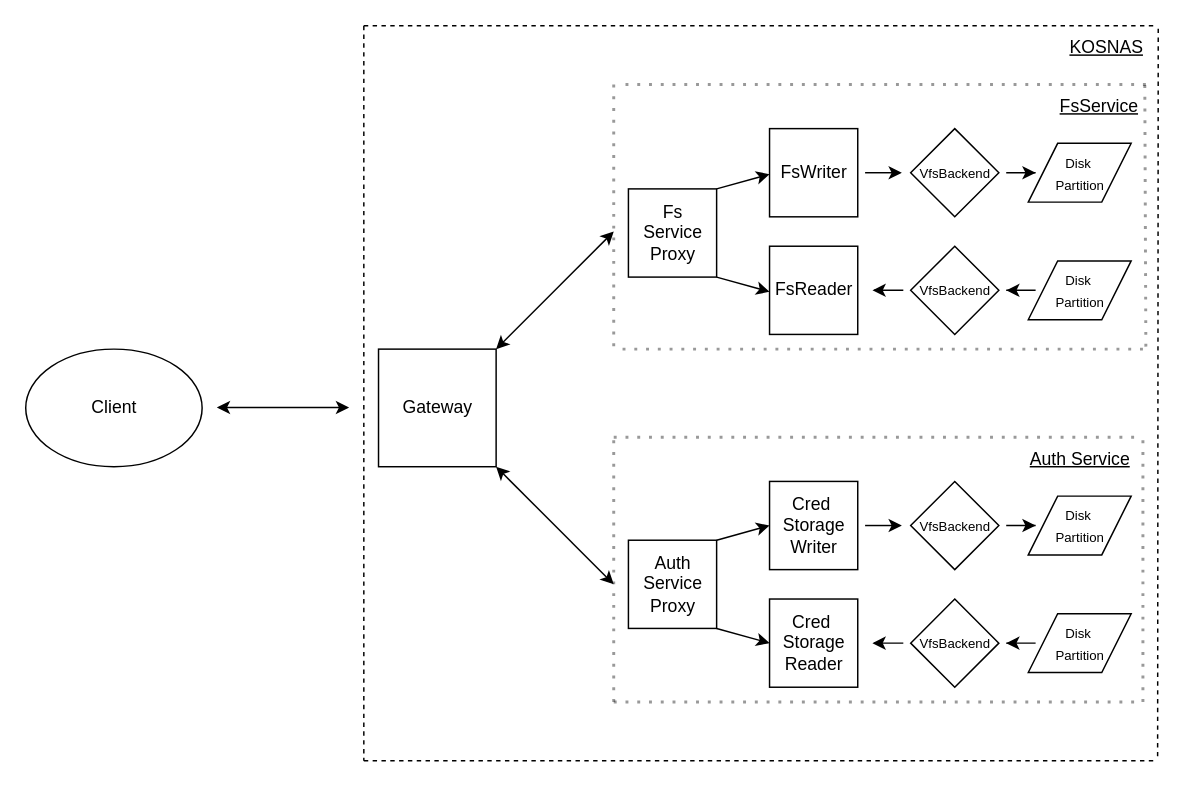
This is assets/NAS Arch.drawio from Iroh-5/kosnas, a draw.io file, before an edit. Source tidied: cells renumbered, new cells numbered last; positions are measured from the earlier drawing's top-left corner, leaving out a move shared by most shapes. Both pictures are drawn from the tidied source at 147%, with x=0, y=0 at pixel (25, 25).
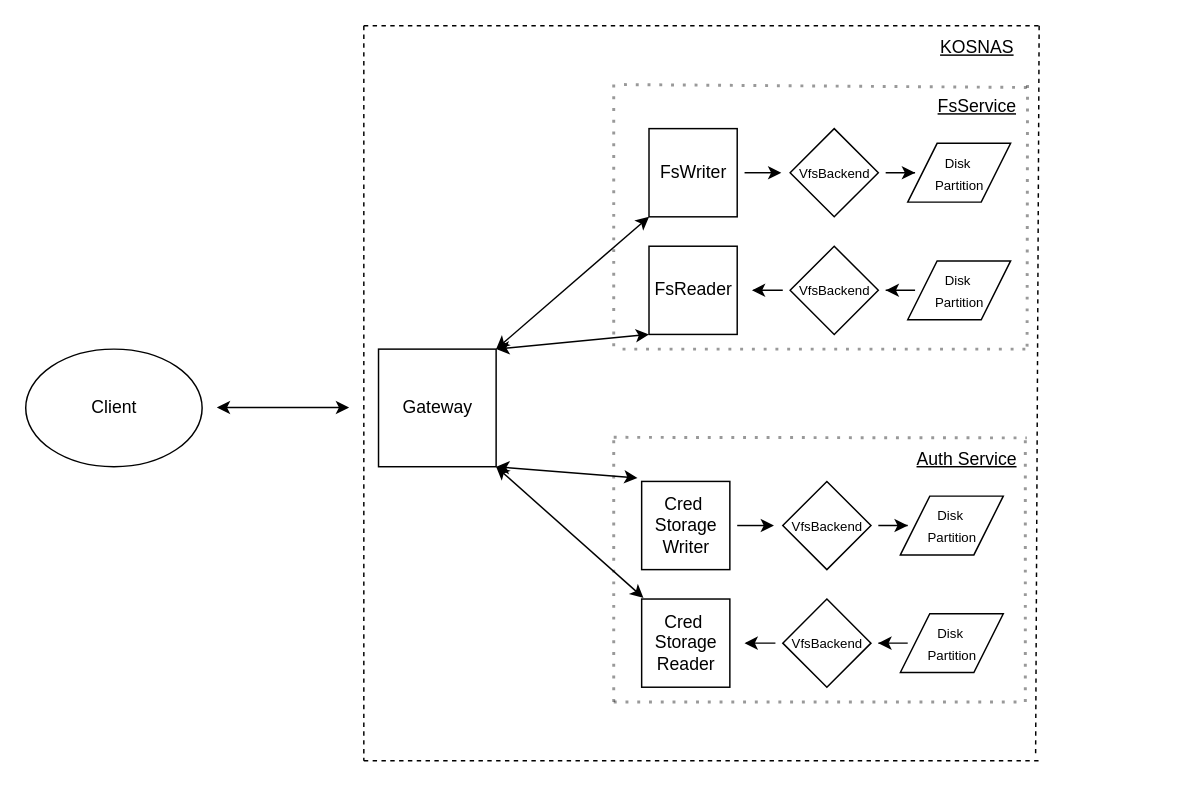
Above is the later version.

Commit message:
Update architechture diagram v1.0.1 -> v1.0.2

Remove proxy entities for services

Unchanged cells that the change refers to:
```xml
<mxCell id="2" style="whiteSpace=wrap;html=1;" parent="1" vertex="1">
  <mxGeometry x="240" y="220" width="80" height="80" as="geometry" />
</mxCell>
```

What changed in the source:
```diff
@@
     <mxCell id="8" style="whiteSpace=wrap;html=1;" parent="1" vertex="1">
-      <mxGeometry x="506" y="70" width="60" height="60" as="geometry" />
+      <mxGeometry x="424" y="70" width="60" height="60" as="geometry" />
     </mxCell>
     <mxCell id="9" style="whiteSpace=wrap;html=1;" parent="1" vertex="1">
-      <mxGeometry x="506" y="150" width="60" height="60" as="geometry" />
+      <mxGeometry x="424" y="150" width="60" height="60" as="geometry" />
     </mxCell>
     <mxCell id="10" style="rhombus;whiteSpace=wrap;html=1;" parent="1" vertex="1">
-      <mxGeometry x="602" y="70" width="60" height="60" as="geometry" />
+      <mxGeometry x="520" y="70" width="60" height="60" as="geometry" />
     </mxCell>
     <mxCell id="11" style="rhombus;whiteSpace=wrap;html=1;" parent="1" vertex="1">
-      <mxGeometry x="602" y="150" width="60" height="60" as="geometry" />
+      <mxGeometry x="520" y="150" width="60" height="60" as="geometry" />
     </mxCell>
     <mxCell id="12" style="shape=parallelogram;perimeter=parallelogramPerimeter;whiteSpace=wrap;html=1;fixedSize=1;" parent="1" vertex="1">
-      <mxGeometry x="682" y="80" width="70" height="40" as="geometry" />
+      <mxGeometry x="600" y="80" width="70" height="40" as="geometry" />
     </mxCell>
     <mxCell id="13" style="shape=parallelogram;perimeter=parallelogramPerimeter;whiteSpace=wrap;html=1;fixedSize=1;" parent="1" vertex="1">
-      <mxGeometry x="682" y="160" width="70" height="40" as="geometry" />
+      <mxGeometry x="600" y="160" width="70" height="40" as="geometry" />
     </mxCell>
     <mxCell id="14" style="edgeStyle=orthogonalEdgeStyle;rounded=0;orthogonalLoop=1;jettySize=auto;html=1;" parent="1" edge="1">
       <mxGeometry relative="1" as="geometry">
-        <mxPoint x="571" y="100" as="sourcePoint" />
-        <mxPoint x="596" y="100" as="targetPoint" />
+        <mxPoint x="489" y="100" as="sourcePoint" />
+        <mxPoint x="514" y="100" as="targetPoint" />
       </mxGeometry>
     </mxCell>
     <mxCell id="15" value="FsReader" style="text;html=1;align=center;verticalAlign=middle;strokeColor=none;fillColor=none;" parent="1" vertex="1">
-      <mxGeometry x="496" y="165" width="80" height="30" as="geometry" />
+      <mxGeometry x="414" y="165" width="80" height="30" as="geometry" />
     </mxCell>
@@
-    <mxCell id="17" style="endArrow=none;dashed=1;html=1;dashPattern=1 3;strokeWidth=2;rounded=0;opacity=40;exitX=0.891;exitY=0.01;exitDx=0;exitDy=0;exitPerimeter=0;" parent="1" edge="1" source="20">
+    <mxCell id="17" style="endArrow=none;dashed=1;html=1;dashPattern=1 3;strokeWidth=2;rounded=0;opacity=40;exitX=0.891;exitY=0.01;exitDx=0;exitDy=0;exitPerimeter=0;" parent="1" edge="1">
       <mxGeometry relative="1" as="geometry">
-        <mxPoint x="762" y="220" as="targetPoint" />
+        <mxPoint x="681.5" y="40.3" as="sourcePoint" />
+        <mxPoint x="681.2" y="220" as="targetPoint" />
       </mxGeometry>
     </mxCell>
     <mxCell id="18" style="endArrow=none;dashed=1;html=1;dashPattern=1 3;strokeWidth=2;rounded=0;opacity=40;" parent="1" edge="1">
       <mxGeometry relative="1" as="geometry">
-        <mxPoint x="760" y="220" as="sourcePoint" />
+        <mxPoint x="680" y="220" as="sourcePoint" />
         <mxPoint x="400" y="220" as="targetPoint" />
       </mxGeometry>
     </mxCell>
-    <mxCell id="19" style="endArrow=none;dashed=1;html=1;dashPattern=1 3;strokeWidth=2;rounded=0;opacity=40;" parent="1" edge="1">
+    <mxCell id="19" style="endArrow=none;dashed=1;html=1;dashPattern=1 3;strokeWidth=2;rounded=0;opacity=40;exitX=0.925;exitY=0.067;exitDx=0;exitDy=0;exitPerimeter=0;" parent="1" edge="1" source="20">
       <mxGeometry relative="1" as="geometry">
-        <mxPoint x="762" y="40" as="sourcePoint" />
         <mxPoint x="402" y="40" as="targetPoint" />
       </mxGeometry>
     </mxCell>
     <mxCell id="20" value="FsService" style="text;html=1;align=center;verticalAlign=middle;points=[];strokeColor=none;fillColor=none;fontStyle=4;" parent="1" vertex="1">
-      <mxGeometry x="690" y="40" width="80" height="30" as="geometry" />
+      <mxGeometry x="607" y="40" width="80" height="30" as="geometry" />
     </mxCell>
@@
     <mxCell id="22" value="&lt;font style=&quot;font-size: 9px;&quot;&gt;VfsBackend&lt;/font&gt;" style="text;html=1;align=center;verticalAlign=middle;points=[];strokeColor=none;fillColor=none;" parent="1" vertex="1">
-      <mxGeometry x="597" y="85" width="70" height="30" as="geometry" />
+      <mxGeometry x="515" y="85" width="70" height="30" as="geometry" />
     </mxCell>
     <mxCell id="23" style="edgeStyle=orthogonalEdgeStyle;rounded=0;jettySize=auto;html=1;" parent="1" edge="1" source="24">
       <mxGeometry relative="1" as="geometry">
-        <mxPoint x="576" y="180" as="targetPoint" />
+        <mxPoint x="494" y="180" as="targetPoint" />
       </mxGeometry>
     </mxCell>
     <mxCell id="24" value="&lt;font style=&quot;font-size: 9px;&quot;&gt;VfsBackend&lt;/font&gt;" style="text;html=1;align=center;verticalAlign=middle;points=[];strokeColor=none;fillColor=none;" parent="1" vertex="1">
-      <mxGeometry x="597" y="165" width="70" height="30" as="geometry" />
+      <mxGeometry x="515" y="165" width="70" height="30" as="geometry" />
     </mxCell>
     <mxCell id="25" value="&lt;font style=&quot;font-size: 9px;&quot;&gt;Disk&lt;/font&gt;&lt;font style=&quot;font-size: 8px;&quot;&gt;&amp;nbsp;&lt;/font&gt;&lt;div&gt;&lt;font style=&quot;font-size: 9px;&quot;&gt;Partition&lt;/font&gt;&lt;/div&gt;" style="text;html=1;align=center;verticalAlign=middle;points=[];strokeColor=none;fillColor=none;" parent="1" vertex="1">
-      <mxGeometry x="687" y="80" width="60" height="40" as="geometry" />
+      <mxGeometry x="605" y="80" width="60" height="40" as="geometry" />
     </mxCell>
@@
     <mxCell id="27" value="&lt;font style=&quot;font-size: 9px;&quot;&gt;Disk&lt;/font&gt;&lt;font style=&quot;font-size: 8px;&quot;&gt;&amp;nbsp;&lt;/font&gt;&lt;div&gt;&lt;font style=&quot;font-size: 9px;&quot;&gt;Partition&lt;/font&gt;&lt;/div&gt;" style="text;html=1;align=center;verticalAlign=middle;points=[];strokeColor=none;fillColor=none;" parent="1" vertex="1">
-      <mxGeometry x="687" y="160" width="60" height="40" as="geometry" />
+      <mxGeometry x="605" y="160" width="60" height="40" as="geometry" />
     </mxCell>
-    <mxCell id="28" style="whiteSpace=wrap;html=1;" parent="1" vertex="1">
-      <mxGeometry x="410" y="350" width="60" height="60" as="geometry" />
-    </mxCell>
     <mxCell id="29" style="whiteSpace=wrap;html=1;" parent="1" vertex="1">
-      <mxGeometry x="506" y="310" width="60" height="60" as="geometry" />
+      <mxGeometry x="419" y="310" width="60" height="60" as="geometry" />
     </mxCell>
     <mxCell id="30" style="whiteSpace=wrap;html=1;" parent="1" vertex="1">
-      <mxGeometry x="506" y="390" width="60" height="60" as="geometry" />
+      <mxGeometry x="419" y="390" width="60" height="60" as="geometry" />
     </mxCell>
     <mxCell id="31" style="rhombus;whiteSpace=wrap;html=1;" parent="1" vertex="1">
-      <mxGeometry x="602" y="310" width="60" height="60" as="geometry" />
+      <mxGeometry x="515" y="310" width="60" height="60" as="geometry" />
     </mxCell>
     <mxCell id="32" style="rhombus;whiteSpace=wrap;html=1;" parent="1" vertex="1">
-      <mxGeometry x="602" y="390" width="60" height="60" as="geometry" />
+      <mxGeometry x="515" y="390" width="60" height="60" as="geometry" />
     </mxCell>
     <mxCell id="33" style="shape=parallelogram;perimeter=parallelogramPerimeter;whiteSpace=wrap;html=1;fixedSize=1;" parent="1" vertex="1">
-      <mxGeometry x="682" y="320" width="70" height="40" as="geometry" />
+      <mxGeometry x="595" y="320" width="70" height="40" as="geometry" />
     </mxCell>
     <mxCell id="34" style="shape=parallelogram;perimeter=parallelogramPerimeter;whiteSpace=wrap;html=1;fixedSize=1;" parent="1" vertex="1">
-      <mxGeometry x="682" y="400" width="70" height="40" as="geometry" />
+      <mxGeometry x="595" y="400" width="70" height="40" as="geometry" />
     </mxCell>
     <mxCell id="35" style="edgeStyle=orthogonalEdgeStyle;rounded=0;orthogonalLoop=1;jettySize=auto;html=1;" parent="1" edge="1">
       <mxGeometry relative="1" as="geometry">
-        <mxPoint x="571" y="340" as="sourcePoint" />
-        <mxPoint x="596" y="340" as="targetPoint" />
+        <mxPoint x="484" y="340" as="sourcePoint" />
+        <mxPoint x="509" y="340" as="targetPoint" />
       </mxGeometry>
     </mxCell>
@@
     <mxCell id="37" value="&lt;font style=&quot;font-size: 9px;&quot;&gt;VfsBackend&lt;/font&gt;" style="text;html=1;align=center;verticalAlign=middle;points=[];strokeColor=none;fillColor=none;" parent="1" vertex="1">
-      <mxGeometry x="597" y="325" width="70" height="30" as="geometry" />
+      <mxGeometry x="510" y="325" width="70" height="30" as="geometry" />
     </mxCell>
     <mxCell id="38" style="edgeStyle=orthogonalEdgeStyle;rounded=0;jettySize=auto;html=1;" parent="1" edge="1" source="39">
       <mxGeometry relative="1" as="geometry">
-        <mxPoint x="576" y="420" as="targetPoint" />
+        <mxPoint x="489" y="420" as="targetPoint" />
       </mxGeometry>
     </mxCell>
     <mxCell id="39" value="&lt;font style=&quot;font-size: 9px;&quot;&gt;VfsBackend&lt;/font&gt;" style="text;html=1;align=center;verticalAlign=middle;points=[];strokeColor=none;fillColor=none;" parent="1" vertex="1">
-      <mxGeometry x="597" y="405" width="70" height="30" as="geometry" />
+      <mxGeometry x="510" y="405" width="70" height="30" as="geometry" />
     </mxCell>
     <mxCell id="40" value="&lt;font style=&quot;font-size: 9px;&quot;&gt;Disk&lt;/font&gt;&lt;font style=&quot;font-size: 8px;&quot;&gt;&amp;nbsp;&lt;/font&gt;&lt;div&gt;&lt;font style=&quot;font-size: 9px;&quot;&gt;Partition&lt;/font&gt;&lt;/div&gt;" style="text;html=1;align=center;verticalAlign=middle;points=[];strokeColor=none;fillColor=none;" parent="1" vertex="1">
-      <mxGeometry x="687" y="320" width="60" height="40" as="geometry" />
+      <mxGeometry x="600" y="320" width="60" height="40" as="geometry" />
     </mxCell>
@@
     <mxCell id="42" value="&lt;font style=&quot;font-size: 9px;&quot;&gt;Disk&lt;/font&gt;&lt;font style=&quot;font-size: 8px;&quot;&gt;&amp;nbsp;&lt;/font&gt;&lt;div&gt;&lt;font style=&quot;font-size: 9px;&quot;&gt;Partition&lt;/font&gt;&lt;/div&gt;" style="text;html=1;align=center;verticalAlign=middle;points=[];strokeColor=none;fillColor=none;" parent="1" vertex="1">
-      <mxGeometry x="687" y="400" width="60" height="40" as="geometry" />
+      <mxGeometry x="600" y="400" width="60" height="40" as="geometry" />
     </mxCell>
-    <mxCell id="43" style="endArrow=classic;html=1;rounded=0;exitX=1;exitY=0;exitDx=0;exitDy=0;entryX=0;entryY=0.5;entryDx=0;entryDy=0;" parent="1" edge="1" source="28" target="29">
-      <mxGeometry relative="1" as="geometry" />
-    </mxCell>
-    <mxCell id="44" style="endArrow=classic;html=1;rounded=0;exitX=1;exitY=1;exitDx=0;exitDy=0;entryX=0;entryY=0.5;entryDx=0;entryDy=0;" parent="1" edge="1" source="28" target="30">
-      <mxGeometry relative="1" as="geometry" />
-    </mxCell>
-    <mxCell id="45" value="Auth&lt;div&gt;Service&lt;/div&gt;&lt;div&gt;Proxy&lt;/div&gt;" style="text;html=1;align=center;verticalAlign=middle;strokeColor=none;fillColor=none;" parent="1" vertex="1">
-      <mxGeometry x="410" y="350" width="60" height="60" as="geometry" />
-    </mxCell>
     <mxCell id="46" value="Cred&amp;nbsp;&lt;div&gt;Storage&lt;div&gt;Writer&lt;/div&gt;&lt;/div&gt;" style="text;html=1;align=center;verticalAlign=middle;points=[];strokeColor=none;fillColor=none;" parent="1" vertex="1">
-      <mxGeometry x="501" y="310" width="70" height="60" as="geometry" />
+      <mxGeometry x="414" y="310" width="70" height="60" as="geometry" />
     </mxCell>
     <mxCell id="47" value="Cred&amp;nbsp;&lt;div&gt;Storage&lt;div&gt;Reader&lt;/div&gt;&lt;/div&gt;" style="text;html=1;align=center;verticalAlign=middle;points=[];strokeColor=none;fillColor=none;" parent="1" vertex="1">
-      <mxGeometry x="501" y="390" width="70" height="60" as="geometry" />
+      <mxGeometry x="414" y="390" width="70" height="60" as="geometry" />
     </mxCell>
@@
     <mxCell id="49" style="endArrow=none;dashed=1;html=1;dashPattern=1 3;strokeWidth=2;rounded=0;textOpacity=0;opacity=40;" parent="1" edge="1">
       <mxGeometry relative="1" as="geometry">
-        <mxPoint x="760" y="460" as="sourcePoint" />
-        <mxPoint x="760" y="280" as="targetPoint" />
+        <mxPoint x="680" y="460" as="sourcePoint" />
+        <mxPoint x="680" y="280" as="targetPoint" />
       </mxGeometry>
     </mxCell>
     <mxCell id="50" style="endArrow=none;dashed=1;html=1;dashPattern=1 3;strokeWidth=2;rounded=0;textOpacity=90;fontColor=#00FFFF;opacity=40;" parent="1" edge="1">
       <mxGeometry relative="1" as="geometry">
         <mxPoint x="400" y="460" as="sourcePoint" />
-        <mxPoint x="760" y="460" as="targetPoint" />
+        <mxPoint x="680" y="460" as="targetPoint" />
       </mxGeometry>
     </mxCell>
-    <mxCell id="51" style="endArrow=none;dashed=1;html=1;dashPattern=1 3;strokeWidth=2;rounded=0;labelBackgroundColor=default;fontColor=default;opacity=40;" parent="1" edge="1">
+    <mxCell id="51" style="endArrow=none;dashed=1;html=1;dashPattern=1 3;strokeWidth=2;rounded=0;labelBackgroundColor=default;fontColor=default;opacity=40;entryX=0.956;entryY=0.013;entryDx=0;entryDy=0;entryPerimeter=0;" parent="1" edge="1" target="52">
       <mxGeometry relative="1" as="geometry">
         <mxPoint x="400" y="280" as="sourcePoint" />
-        <mxPoint x="760" y="280" as="targetPoint" />
       </mxGeometry>
     </mxCell>
     <mxCell id="52" value="Auth Service" style="text;html=1;align=center;verticalAlign=middle;points=[];strokeColor=none;fillColor=none;fontStyle=4;" parent="1" vertex="1">
-      <mxGeometry x="672" y="280" width="90" height="30" as="geometry" />
+      <mxGeometry x="595" y="280" width="90" height="30" as="geometry" />
     </mxCell>
-    <mxCell id="53" style="endArrow=classic;startArrow=classic;html=1;rounded=0;exitX=1;exitY=1;exitDx=0;exitDy=0;" parent="1" edge="1" source="2">
-      <mxGeometry relative="1" as="geometry">
-        <mxPoint x="400" y="380" as="targetPoint" />
-      </mxGeometry>
+    <mxCell id="53" style="endArrow=classic;startArrow=classic;html=1;rounded=0;exitX=1;exitY=1;exitDx=0;exitDy=0;entryX=0.031;entryY=-0.04;entryDx=0;entryDy=0;entryPerimeter=0;" parent="1" edge="1" source="2" target="46">
+      <mxGeometry relative="1" as="geometry" />
     </mxCell>
     <mxCell id="54" style="endArrow=none;dashed=1;html=1;rounded=0;" parent="1" edge="1">
       <mxGeometry relative="1" as="geometry">
         <mxPoint x="230" y="500" as="sourcePoint" />
-        <mxPoint x="770" y="500" as="targetPoint" />
+        <mxPoint x="690" y="500" as="targetPoint" />
       </mxGeometry>
     </mxCell>
     <mxCell id="55" style="endArrow=none;dashed=1;html=1;rounded=0;" parent="1" edge="1">
       <mxGeometry relative="1" as="geometry">
         <mxPoint x="230" as="sourcePoint" />
-        <mxPoint x="770" as="targetPoint" />
+        <mxPoint x="690" as="targetPoint" />
       </mxGeometry>
     </mxCell>
-    <mxCell id="56" style="endArrow=none;dashed=1;html=1;rounded=0;exitX=1.006;exitY=0.067;exitDx=0;exitDy=0;exitPerimeter=0;" parent="1" edge="1" source="57">
+    <mxCell id="56" style="endArrow=none;dashed=1;html=1;rounded=0;exitX=1.006;exitY=0.067;exitDx=0;exitDy=0;exitPerimeter=0;" parent="1" edge="1">
       <mxGeometry relative="1" as="geometry">
-        <mxPoint x="770" y="500" as="targetPoint" />
+        <mxPoint x="689.4" as="sourcePoint" />
+        <mxPoint x="687" y="498" as="targetPoint" />
       </mxGeometry>
     </mxCell>
     <mxCell id="57" value="KOSNAS" style="text;html=1;align=center;verticalAlign=middle;points=[];strokeColor=none;fillColor=none;fontStyle=4;" parent="1" vertex="1">
-      <mxGeometry x="700" width="70" height="30" as="geometry" />
+      <mxGeometry x="612" width="70" height="30" as="geometry" />
     </mxCell>
     <mxCell id="58" value="FsWriter" style="text;html=1;align=center;verticalAlign=middle;strokeColor=none;fillColor=none;" parent="1" vertex="1">
-      <mxGeometry x="501" y="85" width="70" height="30" as="geometry" />
+      <mxGeometry x="419" y="85" width="70" height="30" as="geometry" />
     </mxCell>
-    <mxCell id="59" style="whiteSpace=wrap;html=1;" parent="1" vertex="1">
-      <mxGeometry x="410" y="111" width="60" height="60" as="geometry" />
-    </mxCell>
-    <mxCell id="60" value="Fs&lt;div&gt;Service&lt;/div&gt;&lt;div&gt;Proxy&lt;/div&gt;" style="text;html=1;align=center;verticalAlign=middle;strokeColor=none;fillColor=none;" parent="1" vertex="1">
-      <mxGeometry x="410" y="111" width="60" height="60" as="geometry" />
-    </mxCell>
-    <mxCell id="61" style="endArrow=classic;html=1;rounded=0;exitX=1;exitY=0;exitDx=0;exitDy=0;entryX=0;entryY=0.5;entryDx=0;entryDy=0;" parent="1" edge="1">
-      <mxGeometry relative="1" as="geometry">
-        <mxPoint x="470" y="111" as="sourcePoint" />
-        <mxPoint x="506" y="101" as="targetPoint" />
-      </mxGeometry>
-    </mxCell>
-    <mxCell id="62" style="endArrow=classic;html=1;rounded=0;exitX=1;exitY=1;exitDx=0;exitDy=0;entryX=0;entryY=0.5;entryDx=0;entryDy=0;" parent="1" edge="1">
-      <mxGeometry relative="1" as="geometry">
-        <mxPoint x="470" y="171" as="sourcePoint" />
-        <mxPoint x="506" y="181" as="targetPoint" />
-      </mxGeometry>
-    </mxCell>
-    <mxCell id="63" style="endArrow=classic;startArrow=classic;html=1;rounded=0;exitX=1;exitY=1;exitDx=0;exitDy=0;" parent="1" edge="1">
+    <mxCell id="63" style="endArrow=classic;startArrow=classic;html=1;rounded=0;exitX=1;exitY=1;exitDx=0;exitDy=0;entryX=0;entryY=1;entryDx=0;entryDy=0;" parent="1" edge="1" target="8">
       <mxGeometry relative="1" as="geometry">
         <mxPoint x="320" y="220" as="sourcePoint" />
-        <mxPoint x="400" y="140" as="targetPoint" />
       </mxGeometry>
     </mxCell>
+    <mxCell id="64" style="endArrow=classic;startArrow=classic;html=1;rounded=0;exitX=1;exitY=0;exitDx=0;exitDy=0;entryX=0;entryY=1;entryDx=0;entryDy=0;" parent="1" edge="1" source="2" target="9">
+      <mxGeometry relative="1" as="geometry" />
+    </mxCell>
+    <mxCell id="65" style="endArrow=classic;startArrow=classic;html=1;rounded=0;entryX=0.089;entryY=-0.013;entryDx=0;entryDy=0;entryPerimeter=0;" parent="1" edge="1" target="47">
+      <mxGeometry relative="1" as="geometry">
+        <mxPoint x="320" y="300" as="sourcePoint" />
+      </mxGeometry>
+    </mxCell>
```
